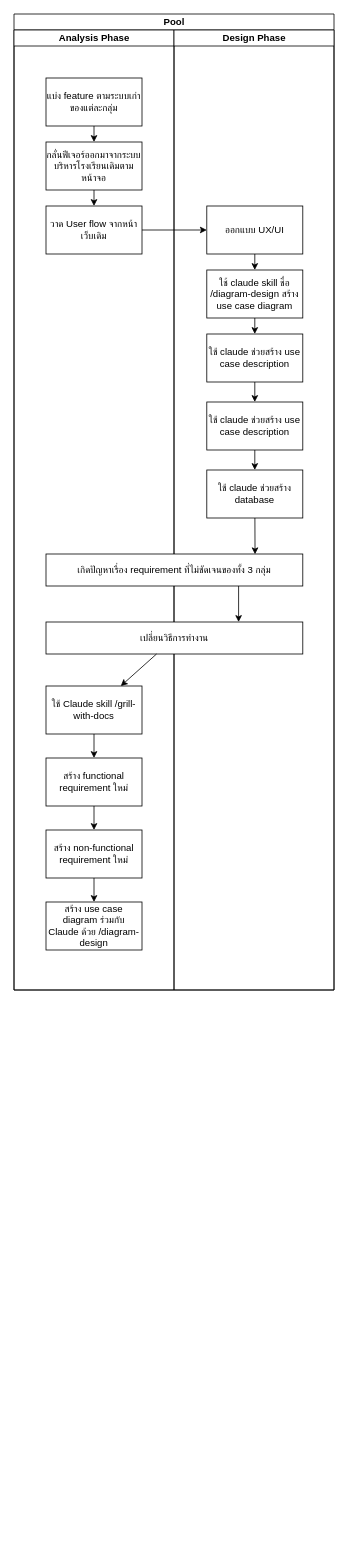
This is materials/doc/unit3-how-we-work.drawio from RealTiraqmisu/SchoolDark, a draw.io file, before an edit. Source tidied: cells renumbered, new cells numbered last; positions are measured from the earlier drawing's top-left corner, leaving out a move shared by most shapes. Both pictures are drawn from the tidied source at 80%, with x=0, y=0 at pixel (14, 14).
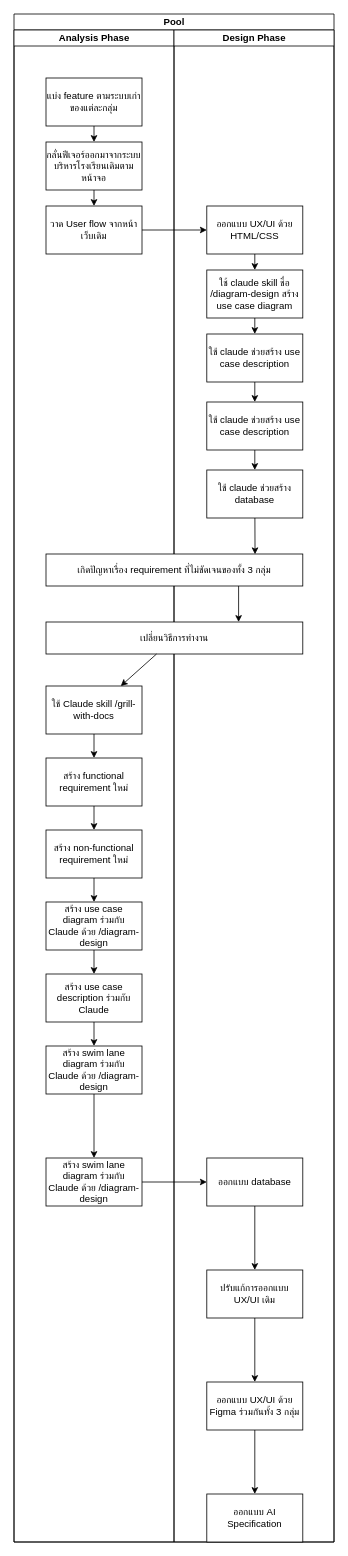
After the change.

Unchanged cells that the change refers to:
```xml
<mxCell id="15" value="สร้าง use case diagram ร่วมกับ Claude ด้วย /diagram-design" style="rounded=0;whiteSpace=wrap;html=1;" parent="3" vertex="1">
  <mxGeometry x="40" y="1090" width="120" height="60" as="geometry" />
</mxCell>
```

What changed in the source:
```diff
@@
     <mxCell id="2" value="Pool" style="swimlane;startSize=20;html=1;" parent="1" vertex="1">
-      <mxGeometry width="400" height="1220" as="geometry" />
+      <mxGeometry width="400" height="1910" as="geometry" />
     </mxCell>
     <mxCell id="3" value="Analysis Phase" style="swimlane;startSize=20;html=1;" parent="2" vertex="1">
-      <mxGeometry y="20" width="200" height="1200" as="geometry" />
+      <mxGeometry y="20" width="200" height="1890" as="geometry" />
     </mxCell>
@@
+    <mxCell id="32" style="edgeStyle=none;rounded=0;jettySize=auto;html=1;defaultLabelBackgroundColor=page;" parent="3" edge="1" source="15" target="34">
+      <mxGeometry relative="1" as="geometry" />
+    </mxCell>
@@
+    <mxCell id="33" style="edgeStyle=none;rounded=0;jettySize=auto;html=1;defaultLabelBackgroundColor=page;" parent="3" edge="1" source="34" target="36">
+      <mxGeometry relative="1" as="geometry" />
+    </mxCell>
+    <mxCell id="34" value="สร้าง use case description ร่วมกับ Claude" style="rounded=0;whiteSpace=wrap;html=1;" parent="3" vertex="1">
+      <mxGeometry x="40" y="1180" width="120" height="60" as="geometry" />
+    </mxCell>
+    <mxCell id="35" style="edgeStyle=none;rounded=0;jettySize=auto;html=1;defaultLabelBackgroundColor=page;" parent="3" edge="1" source="36" target="37">
+      <mxGeometry relative="1" as="geometry" />
+    </mxCell>
+    <mxCell id="36" value="สร้าง swim lane diagram ร่วมกับ Claude ด้วย /diagram-design" style="rounded=0;whiteSpace=wrap;html=1;" parent="3" vertex="1">
+      <mxGeometry x="40" y="1270" width="120" height="60" as="geometry" />
+    </mxCell>
+    <mxCell id="37" value="สร้าง swim lane diagram ร่วมกับ Claude ด้วย /diagram-design" style="rounded=0;whiteSpace=wrap;html=1;" parent="3" vertex="1">
+      <mxGeometry x="40" y="1410" width="120" height="60" as="geometry" />
+    </mxCell>
     <mxCell id="16" value="Design Phase" style="swimlane;startSize=20;html=1;" parent="2" vertex="1">
-      <mxGeometry x="200" y="20" width="200" height="1200" as="geometry" />
+      <mxGeometry x="200" y="20" width="200" height="1890" as="geometry" />
     </mxCell>
-    <mxCell id="17" value="ออกแบบ UX/UI" style="rounded=0;whiteSpace=wrap;html=1;" parent="16" vertex="1">
+    <mxCell id="17" value="ออกแบบ UX/UI ด้วย HTML/CSS" style="rounded=0;whiteSpace=wrap;html=1;" parent="16" vertex="1">
       <mxGeometry x="41" y="220" width="120" height="60" as="geometry" />
     </mxCell>
@@
+    <mxCell id="38" style="edgeStyle=none;rounded=0;jettySize=auto;html=1;defaultLabelBackgroundColor=page;" parent="16" edge="1" source="39" target="41">
+      <mxGeometry relative="1" as="geometry" />
+    </mxCell>
+    <mxCell id="39" value="ออกแบบ database" style="rounded=0;whiteSpace=wrap;html=1;" parent="16" vertex="1">
+      <mxGeometry x="41" y="1410" width="120" height="60" as="geometry" />
+    </mxCell>
+    <mxCell id="40" style="edgeStyle=none;rounded=0;jettySize=auto;html=1;defaultLabelBackgroundColor=page;" parent="16" edge="1" source="41" target="43">
+      <mxGeometry relative="1" as="geometry" />
+    </mxCell>
+    <mxCell id="41" value="ปรับแก้การออกแบบ UX/UI เดิม" style="rounded=0;whiteSpace=wrap;html=1;" parent="16" vertex="1">
+      <mxGeometry x="41" y="1550" width="120" height="60" as="geometry" />
+    </mxCell>
+    <mxCell id="42" style="edgeStyle=none;rounded=0;jettySize=auto;html=1;defaultLabelBackgroundColor=page;" parent="16" edge="1" source="43" target="44">
+      <mxGeometry relative="1" as="geometry" />
+    </mxCell>
+    <mxCell id="43" value="ออกแบบ UX/UI ด้วย Figma ร่วมกันทั้ง 3 กลุ่ม" style="rounded=0;whiteSpace=wrap;html=1;" parent="16" vertex="1">
+      <mxGeometry x="41" y="1690" width="120" height="60" as="geometry" />
+    </mxCell>
+    <mxCell id="44" value="ออกแบบ AI Specification" style="rounded=0;whiteSpace=wrap;html=1;" parent="16" vertex="1">
+      <mxGeometry x="41" y="1830" width="120" height="60" as="geometry" />
+    </mxCell>
@@
+    <mxCell id="45" style="edgeStyle=none;rounded=0;jettySize=auto;html=1;defaultLabelBackgroundColor=page;" parent="2" edge="1" source="37" target="39">
+      <mxGeometry relative="1" as="geometry" />
+    </mxCell>
```
